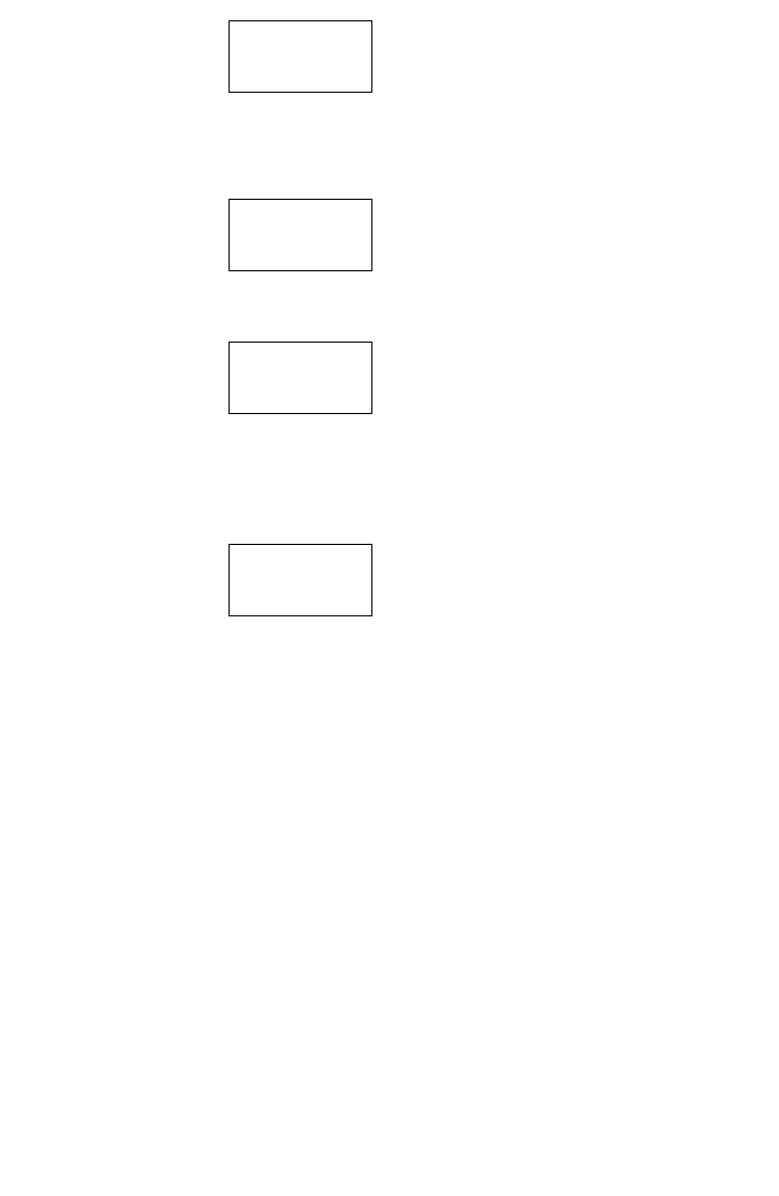
This is Process_flow_chart.drawio from LearningKhimesra/Automated_candle_manufacturing, a draw.io file, before an edit. Source tidied: cells renumbered, new cells numbered last; positions are measured from the earlier drawing's top-left corner, leaving out a move shared by most shapes. Both pictures are drawn from the tidied source at 119%, with x=0, y=0 at pixel (228, 20).
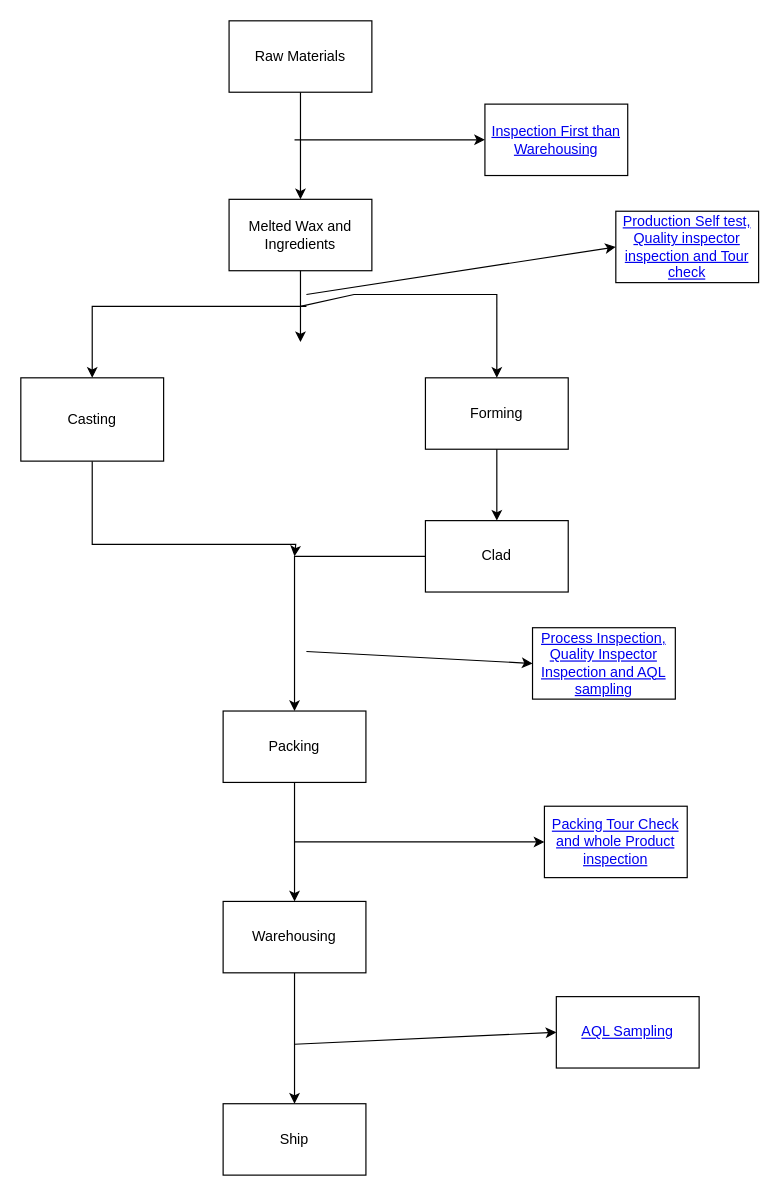
The same page after the edit.

Change to the diagram source:
```diff
@@
+    <mxCell id="6" style="edgeStyle=orthogonalEdgeStyle;rounded=0;jettySize=auto;html=1;" parent="1" edge="1" source="2" target="3">
+      <mxGeometry relative="1" as="geometry">
+        <Array as="points">
+          <mxPoint x="60" y="110" />
+          <mxPoint x="60" y="110" />
+        </Array>
+      </mxGeometry>
+    </mxCell>
-    <mxCell id="2" style="rounded=0;whiteSpace=wrap;html=1;" parent="1" vertex="1">
+    <mxCell id="2" value="Raw Materials" style="rounded=0;whiteSpace=wrap;html=1;" parent="1" vertex="1">
       <mxGeometry width="120" height="60" as="geometry" />
     </mxCell>
-    <mxCell id="3" style="rounded=0;whiteSpace=wrap;html=1;" parent="1" vertex="1">
+    <mxCell id="3" value="Melted Wax and Ingredients" style="rounded=0;whiteSpace=wrap;html=1;" parent="1" vertex="1">
       <mxGeometry y="150" width="120" height="60" as="geometry" />
     </mxCell>
+    <mxCell id="7" style="edgeStyle=orthogonalEdgeStyle;rounded=0;jettySize=auto;html=1;" parent="1" edge="1" source="4">
+      <mxGeometry relative="1" as="geometry">
+        <mxPoint x="55" y="450" as="targetPoint" />
+        <Array as="points">
+          <mxPoint x="-115" y="440" />
+          <mxPoint x="56" y="440" />
+        </Array>
+      </mxGeometry>
+    </mxCell>
-    <mxCell id="4" style="rounded=0;whiteSpace=wrap;html=1;" parent="1" vertex="1">
-      <mxGeometry y="270" width="120" height="60" as="geometry" />
+    <mxCell id="4" value="Casting" style="rounded=0;whiteSpace=wrap;html=1;" parent="1" vertex="1">
+      <mxGeometry x="-175" y="300" width="120" height="70" as="geometry" />
     </mxCell>
+    <mxCell id="8" style="edgeStyle=orthogonalEdgeStyle;rounded=0;jettySize=auto;html=1;" parent="1" edge="1" source="5" target="10">
+      <mxGeometry relative="1" as="geometry" />
+    </mxCell>
-    <mxCell id="5" style="rounded=0;whiteSpace=wrap;html=1;" parent="1" vertex="1">
-      <mxGeometry y="440" width="120" height="60" as="geometry" />
+    <mxCell id="5" value="Forming" style="rounded=0;whiteSpace=wrap;html=1;" parent="1" vertex="1">
+      <mxGeometry x="165" y="300" width="120" height="60" as="geometry" />
     </mxCell>
+    <mxCell id="9" style="edgeStyle=orthogonalEdgeStyle;rounded=0;jettySize=auto;html=1;entryX=0.5;entryY=0;entryDx=0;entryDy=0;" parent="1" edge="1" source="10" target="12">
+      <mxGeometry relative="1" as="geometry">
+        <Array as="points">
+          <mxPoint x="55" y="450" />
+        </Array>
+      </mxGeometry>
+    </mxCell>
+    <mxCell id="10" value="Clad" style="rounded=0;whiteSpace=wrap;html=1;" parent="1" vertex="1">
+      <mxGeometry x="165" y="420" width="120" height="60" as="geometry" />
+    </mxCell>
+    <mxCell id="11" style="edgeStyle=orthogonalEdgeStyle;rounded=0;jettySize=auto;html=1;" parent="1" edge="1" source="12" target="14">
+      <mxGeometry relative="1" as="geometry" />
+    </mxCell>
+    <mxCell id="12" value="Packing" style="rounded=0;whiteSpace=wrap;html=1;" parent="1" vertex="1">
+      <mxGeometry x="-5" y="580" width="120" height="60" as="geometry" />
+    </mxCell>
+    <mxCell id="13" style="edgeStyle=orthogonalEdgeStyle;rounded=0;jettySize=auto;html=1;" parent="1" edge="1" source="14" target="15">
+      <mxGeometry relative="1" as="geometry" />
+    </mxCell>
+    <mxCell id="14" value="Warehousing" style="rounded=0;whiteSpace=wrap;html=1;" parent="1" vertex="1">
+      <mxGeometry x="-5" y="740" width="120" height="60" as="geometry" />
+    </mxCell>
+    <mxCell id="15" value="Ship" style="rounded=0;whiteSpace=wrap;html=1;" parent="1" vertex="1">
+      <mxGeometry x="-5" y="910" width="120" height="60" as="geometry" />
+    </mxCell>
+    <mxCell id="16" value="&lt;a href=&quot;https://github.com/LearningKhimesra/Automated_candle_manufacturing/blob/main/Inspection First than Warehousing&quot;&gt;Inspection First than Warehousing&lt;/a&gt;" style="rounded=0;whiteSpace=wrap;html=1;" parent="1" vertex="1">
+      <mxGeometry x="215" y="70" width="120" height="60" as="geometry" />
+    </mxCell>
+    <mxCell id="17" value="&lt;a href=&quot;https://github.com/LearningKhimesra/Automated_candle_manufacturing/blob/Inspection-Automation/Production Self test, Quality inspector inspection and Tour check&quot;&gt;Production Self test, Quality inspector inspection and Tour check&lt;/a&gt;" style="rounded=0;whiteSpace=wrap;html=1;" parent="1" vertex="1">
+      <mxGeometry x="325" y="160" width="120" height="60" as="geometry" />
+    </mxCell>
+    <mxCell id="18" value="&lt;a href=&quot;https://github.com/LearningKhimesra/Automated_candle_manufacturing/blob/Inspection-Automation/Process Inspection, Quality Inspector Inspection and AQL sampling&quot;&gt;Process Inspection, Quality Inspector Inspection and AQL sampling&lt;/a&gt;" style="rounded=0;whiteSpace=wrap;html=1;" parent="1" vertex="1">
+      <mxGeometry x="255" y="510" width="120" height="60" as="geometry" />
+    </mxCell>
+    <mxCell id="19" value="&lt;a href=&quot;https://github.com/LearningKhimesra/Automated_candle_manufacturing/blob/Inspection-Automation/Packing Tour Check and whole Product inspection&quot;&gt;Packing Tour Check and whole Product inspection&lt;/a&gt;" style="rounded=0;whiteSpace=wrap;html=1;" parent="1" vertex="1">
+      <mxGeometry x="265" y="660" width="120" height="60" as="geometry" />
+    </mxCell>
+    <mxCell id="20" value="&lt;a href=&quot;https://github.com/LearningKhimesra/Automated_candle_manufacturing/blob/Inspection-Automation/AQL Sampling&quot;&gt;AQL Sampling&lt;/a&gt;" style="rounded=0;whiteSpace=wrap;html=1;" parent="1" vertex="1">
+      <mxGeometry x="275" y="820" width="120" height="60" as="geometry" />
+    </mxCell>
+    <mxCell id="21" style="endArrow=classic;html=1;rounded=0;entryX=0;entryY=0.5;entryDx=0;entryDy=0;" parent="1" edge="1" target="16">
+      <mxGeometry relative="1" as="geometry">
+        <mxPoint x="55" y="100" as="sourcePoint" />
+      </mxGeometry>
+    </mxCell>
+    <mxCell id="22" style="endArrow=classic;html=1;rounded=0;exitX=0.5;exitY=1;exitDx=0;exitDy=0;" parent="1" edge="1" source="3">
+      <mxGeometry relative="1" as="geometry">
+        <mxPoint x="60" y="270" as="targetPoint" />
+      </mxGeometry>
+    </mxCell>
+    <mxCell id="23" style="endArrow=classic;html=1;rounded=0;entryX=0.5;entryY=0;entryDx=0;entryDy=0;" parent="1" edge="1" target="4">
+      <mxGeometry relative="1" as="geometry">
+        <mxPoint x="65" y="240" as="sourcePoint" />
+        <Array as="points">
+          <mxPoint x="-115" y="240" />
+        </Array>
+      </mxGeometry>
+    </mxCell>
+    <mxCell id="24" style="endArrow=classic;html=1;rounded=0;entryX=0.5;entryY=0;entryDx=0;entryDy=0;" parent="1" edge="1" target="5">
+      <mxGeometry relative="1" as="geometry">
+        <mxPoint x="60" y="240" as="sourcePoint" />
+        <Array as="points">
+          <mxPoint x="105" y="230" />
+          <mxPoint x="225" y="230" />
+        </Array>
+      </mxGeometry>
+    </mxCell>
+    <mxCell id="25" style="endArrow=classic;html=1;rounded=0;entryX=0;entryY=0.5;entryDx=0;entryDy=0;" parent="1" edge="1" target="18">
+      <mxGeometry relative="1" as="geometry">
+        <mxPoint x="65" y="530" as="sourcePoint" />
+      </mxGeometry>
+    </mxCell>
+    <mxCell id="26" style="endArrow=classic;html=1;rounded=0;" parent="1" edge="1">
+      <mxGeometry relative="1" as="geometry">
+        <mxPoint x="65" y="230" as="sourcePoint" />
+        <mxPoint x="325" y="190" as="targetPoint" />
+      </mxGeometry>
+    </mxCell>
+    <mxCell id="27" style="endArrow=classic;html=1;rounded=0;" parent="1" edge="1" target="19">
+      <mxGeometry relative="1" as="geometry">
+        <mxPoint x="55" y="690" as="sourcePoint" />
+      </mxGeometry>
+    </mxCell>
+    <mxCell id="28" style="endArrow=classic;html=1;rounded=0;entryX=0;entryY=0.5;entryDx=0;entryDy=0;" parent="1" edge="1" target="20">
+      <mxGeometry relative="1" as="geometry">
+        <mxPoint x="55" y="860" as="sourcePoint" />
+      </mxGeometry>
+    </mxCell>
```
